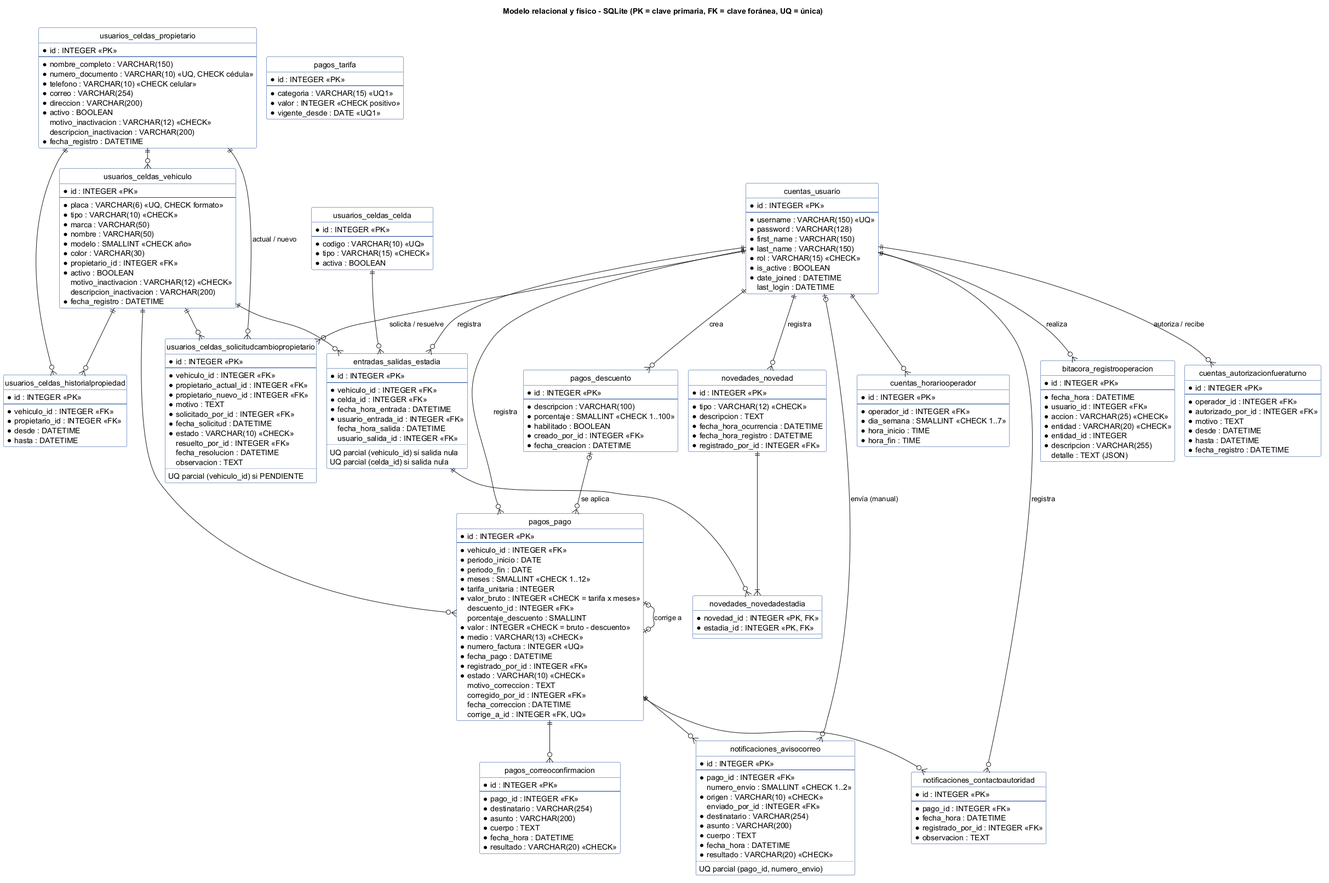
Before: docs/latex/diagrams/datos/MR-01_Relacional.png, a diagram exported from PlantUML (NotDual2024/Autos-Colombia-Equipo-31-Actualizacion).
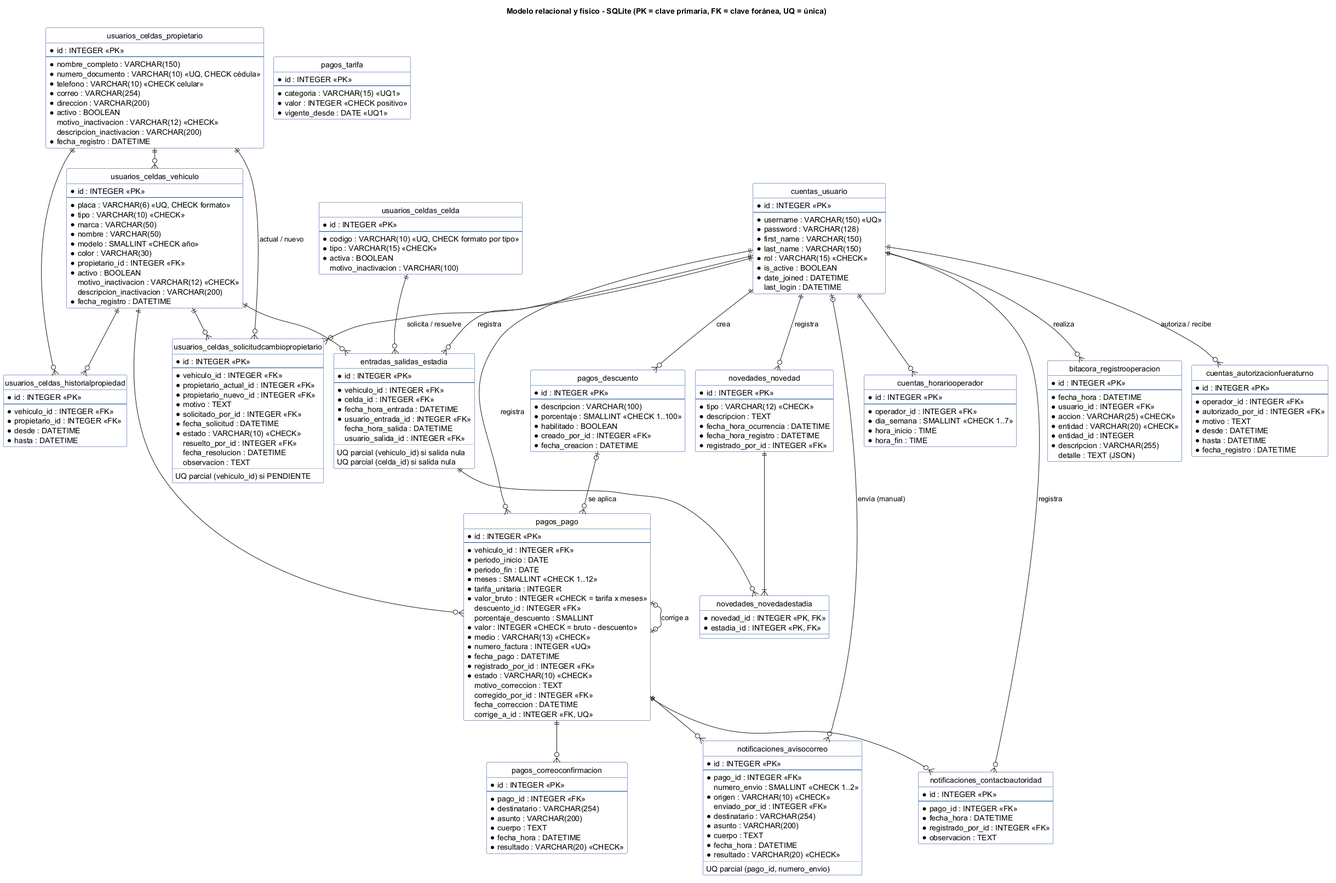
The same file after the commit.

What changed in the source:
```diff
@@ -59,9 +59,10 @@
 entity "usuarios_celdas_celda" as celda {
   * id : INTEGER <<PK>>
   --
-  * codigo : VARCHAR(10) <<UQ>>
+  * codigo : VARCHAR(10) <<UQ, CHECK formato por tipo>>
   * tipo : VARCHAR(15) <<CHECK>>
   * activa : BOOLEAN
+    motivo_inactivacion : VARCHAR(100)
 }
 entity "cuentas_autorizacionfueraturno" as autorizacion {
   * id : INTEGER <<PK>>
```
